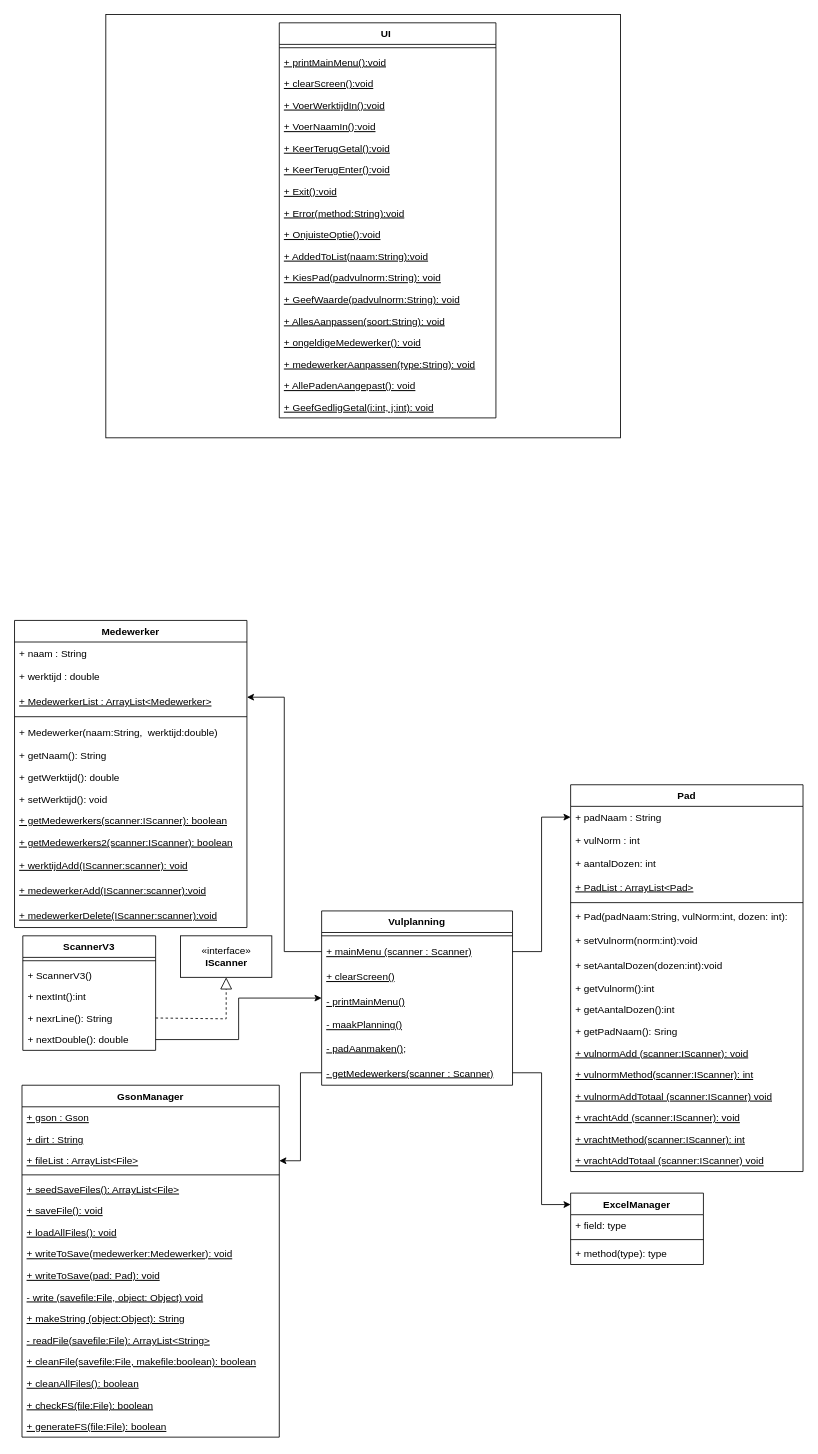
Above: Vulplanning UML.drawio in Kikkerslijm410/SchoolOpdracht (draw.io), before the change. Source tidied: cells renumbered, new cells numbered last; positions are measured from the earlier drawing's top-left corner, leaving out a move shared by most shapes. Both pictures are drawn from the tidied source at 83%, with x=0, y=0 at pixel (14, 14).
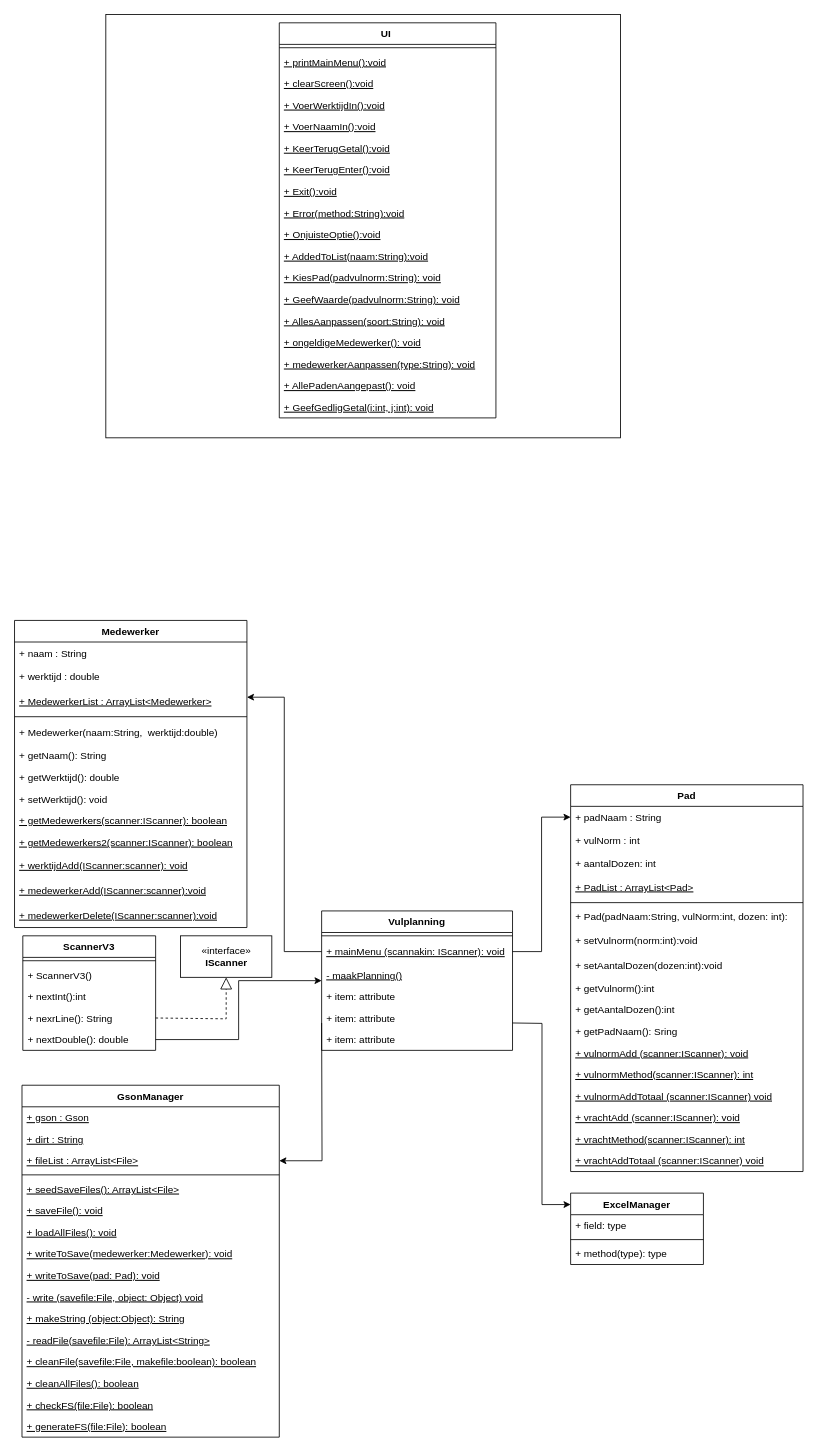
The same page after the edit.

The change refers to these unchanged cells:
```xml
<mxCell id="76" value="+ fileList : ArrayList&lt;File&gt;" style="text;strokeColor=none;fillColor=none;align=left;verticalAlign=top;spacingLeft=4;spacingRight=4;overflow=hidden;points=[[0,0.5],[1,0.5]];portConstraint=eastwest;fontStyle=4;" parent="73" vertex="1">
  <mxGeometry y="78" width="310" height="26" as="geometry" />
</mxCell>
<mxCell id="91" value="ExcelManager" style="swimlane;fontStyle=1;align=center;verticalAlign=top;horizontal=1;startSize=26;" parent="1" vertex="1">
  <mxGeometry x="670" y="1420" width="160" height="86" as="geometry" />
</mxCell>
```

What changed in the source:
```diff
@@
     <mxCell id="35" value="Vulplanning" style="swimlane;fontStyle=1;align=center;verticalAlign=top;horizontal=1;startSize=26;" parent="1" vertex="1">
-      <mxGeometry x="370" y="1080" width="230" height="210" as="geometry" />
+      <mxGeometry x="370" y="1080" width="230" height="168" as="geometry" />
     </mxCell>
@@
-    <mxCell id="37" value="+ mainMenu (scanner : Scanner)" style="text;strokeColor=none;fillColor=none;align=left;verticalAlign=middle;spacingLeft=4;spacingRight=4;overflow=hidden;points=[[0,0.5],[1,0.5]];portConstraint=eastwest;fontStyle=4;" parent="35" vertex="1">
+    <mxCell id="37" value="+ mainMenu (scannakin: IScanner): void" style="text;strokeColor=none;fillColor=none;align=left;verticalAlign=middle;spacingLeft=4;spacingRight=4;overflow=hidden;points=[[0,0.5],[1,0.5]];portConstraint=eastwest;fontStyle=4;" parent="35" vertex="1">
       <mxGeometry y="34" width="230" height="30" as="geometry" />
     </mxCell>
-    <mxCell id="38" value="+ clearScreen()" style="text;strokeColor=none;fillColor=none;align=left;verticalAlign=middle;spacingLeft=4;spacingRight=4;overflow=hidden;fontStyle=4;" parent="35" vertex="1">
-      <mxGeometry y="64" width="230" height="30" as="geometry" />
-    </mxCell>
-    <mxCell id="39" value="- printMainMenu()" style="text;strokeColor=none;fillColor=none;align=left;verticalAlign=middle;spacingLeft=4;spacingRight=4;overflow=hidden;fontStyle=4;" parent="35" vertex="1">
-      <mxGeometry y="94" width="230" height="30" as="geometry" />
-    </mxCell>
     <mxCell id="40" value="- maakPlanning()&#10;" style="text;strokeColor=none;fillColor=none;align=left;verticalAlign=top;spacingLeft=4;spacingRight=4;overflow=hidden;fontStyle=4;" parent="35" vertex="1">
-      <mxGeometry y="124" width="230" height="26" as="geometry" />
+      <mxGeometry y="64" width="230" height="26" as="geometry" />
     </mxCell>
-    <mxCell id="41" value="- padAanmaken();" style="text;strokeColor=none;fillColor=none;align=left;verticalAlign=middle;spacingLeft=4;spacingRight=4;overflow=hidden;fontStyle=4;" parent="35" vertex="1">
-      <mxGeometry y="150" width="230" height="30" as="geometry" />
-    </mxCell>
-    <mxCell id="42" value="- getMedewerkers(scanner : Scanner)" style="text;strokeColor=none;fillColor=none;align=left;verticalAlign=middle;spacingLeft=4;spacingRight=4;overflow=hidden;points=[[0,0.5],[1,0.5]];portConstraint=eastwest;fontStyle=4;" parent="35" vertex="1">
-      <mxGeometry y="180" width="230" height="30" as="geometry" />
-    </mxCell>
+    <mxCell id="96" value="+ item: attribute" style="text;strokeColor=none;fillColor=none;align=left;verticalAlign=top;spacingLeft=4;spacingRight=4;overflow=hidden;" parent="35" vertex="1">
+      <mxGeometry y="90" width="230" height="26" as="geometry" />
+    </mxCell>
+    <mxCell id="97" value="+ item: attribute" style="text;strokeColor=none;fillColor=none;align=left;verticalAlign=top;spacingLeft=4;spacingRight=4;overflow=hidden;" parent="35" vertex="1">
+      <mxGeometry y="116" width="230" height="26" as="geometry" />
+    </mxCell>
+    <mxCell id="98" value="+ item: attribute" style="text;strokeColor=none;fillColor=none;align=left;verticalAlign=top;spacingLeft=4;spacingRight=4;overflow=hidden;" parent="35" vertex="1">
+      <mxGeometry y="142" width="230" height="26" as="geometry" />
+    </mxCell>
@@
-    <mxCell id="90" style="edgeStyle=orthogonalEdgeStyle;rounded=0;jettySize=auto;html=1;exitX=0;exitY=0.5;exitDx=0;exitDy=0;entryX=1;entryY=0.5;entryDx=0;entryDy=0;" parent="1" edge="1" source="42" target="76">
-      <mxGeometry relative="1" as="geometry" />
+    <mxCell id="90" style="edgeStyle=orthogonalEdgeStyle;rounded=0;jettySize=auto;html=1;exitX=0;exitY=0.5;exitDx=0;exitDy=0;entryX=1;entryY=0.5;entryDx=0;entryDy=0;" parent="1" edge="1" target="76">
+      <mxGeometry relative="1" as="geometry">
+        <mxPoint x="370" y="1215" as="sourcePoint" />
+      </mxGeometry>
     </mxCell>
@@
-    <mxCell id="95" style="edgeStyle=orthogonalEdgeStyle;rounded=0;jettySize=auto;html=1;exitX=1;exitY=0.5;exitDx=0;exitDy=0;entryX=0;entryY=0.16;entryDx=0;entryDy=0;entryPerimeter=0;" parent="1" edge="1" source="42" target="91">
-      <mxGeometry relative="1" as="geometry" />
+    <mxCell id="95" style="edgeStyle=orthogonalEdgeStyle;rounded=0;jettySize=auto;html=1;exitX=1;exitY=0.5;exitDx=0;exitDy=0;entryX=0;entryY=0.16;entryDx=0;entryDy=0;entryPerimeter=0;" parent="1" edge="1" target="91">
+      <mxGeometry relative="1" as="geometry">
+        <mxPoint x="600" y="1215" as="sourcePoint" />
+      </mxGeometry>
     </mxCell>
```
